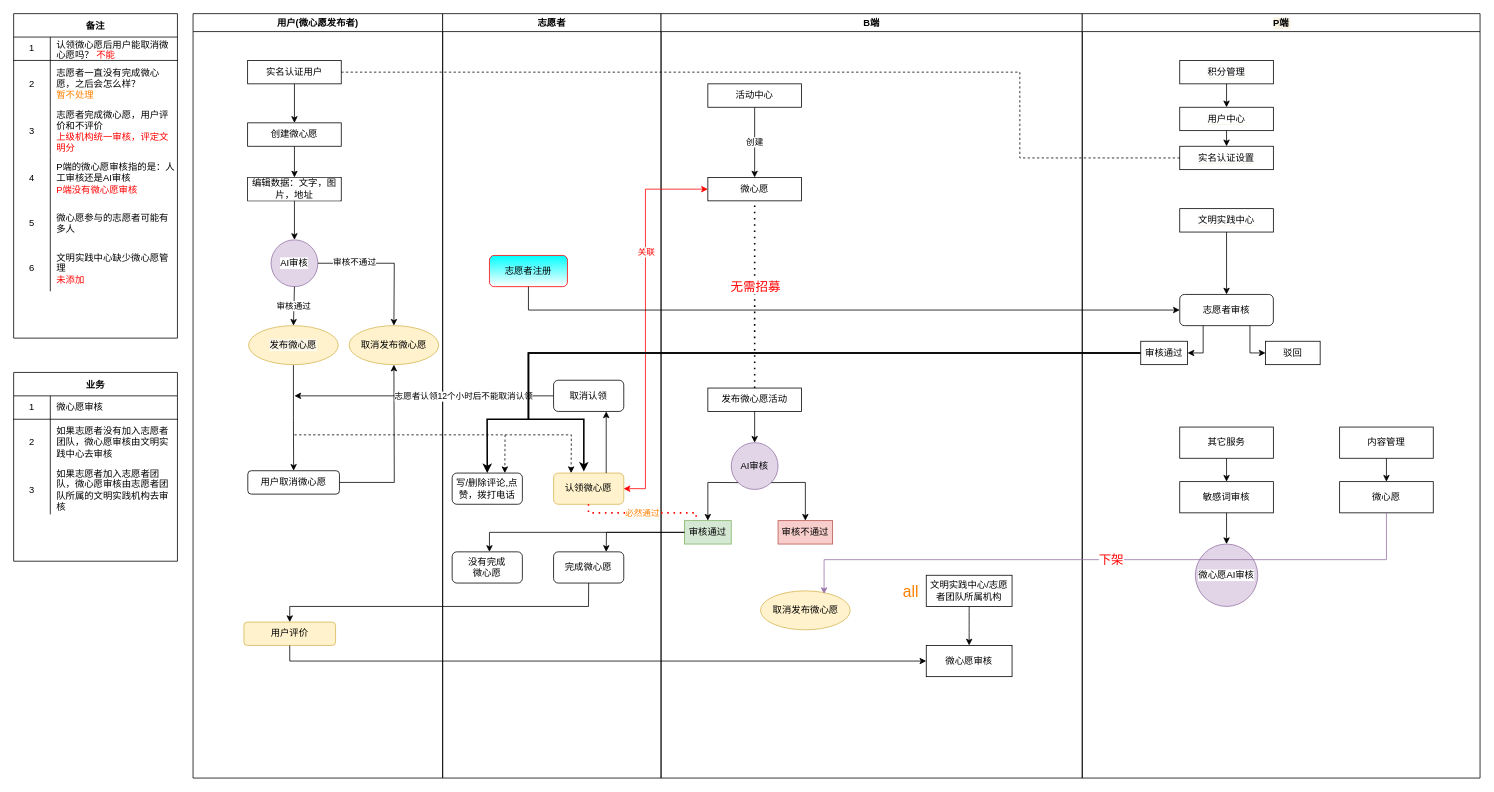
Before: 微心愿改版.drawio in KZ137onethe/hello-world, a draw.io diagram. Source tidied: cells renumbered, new cells numbered last; positions are measured from the earlier drawing's top-left corner, leaving out a move shared by most shapes. Both pictures are drawn from the tidied source at 78%, with x=0, y=0 at pixel (13, 13).
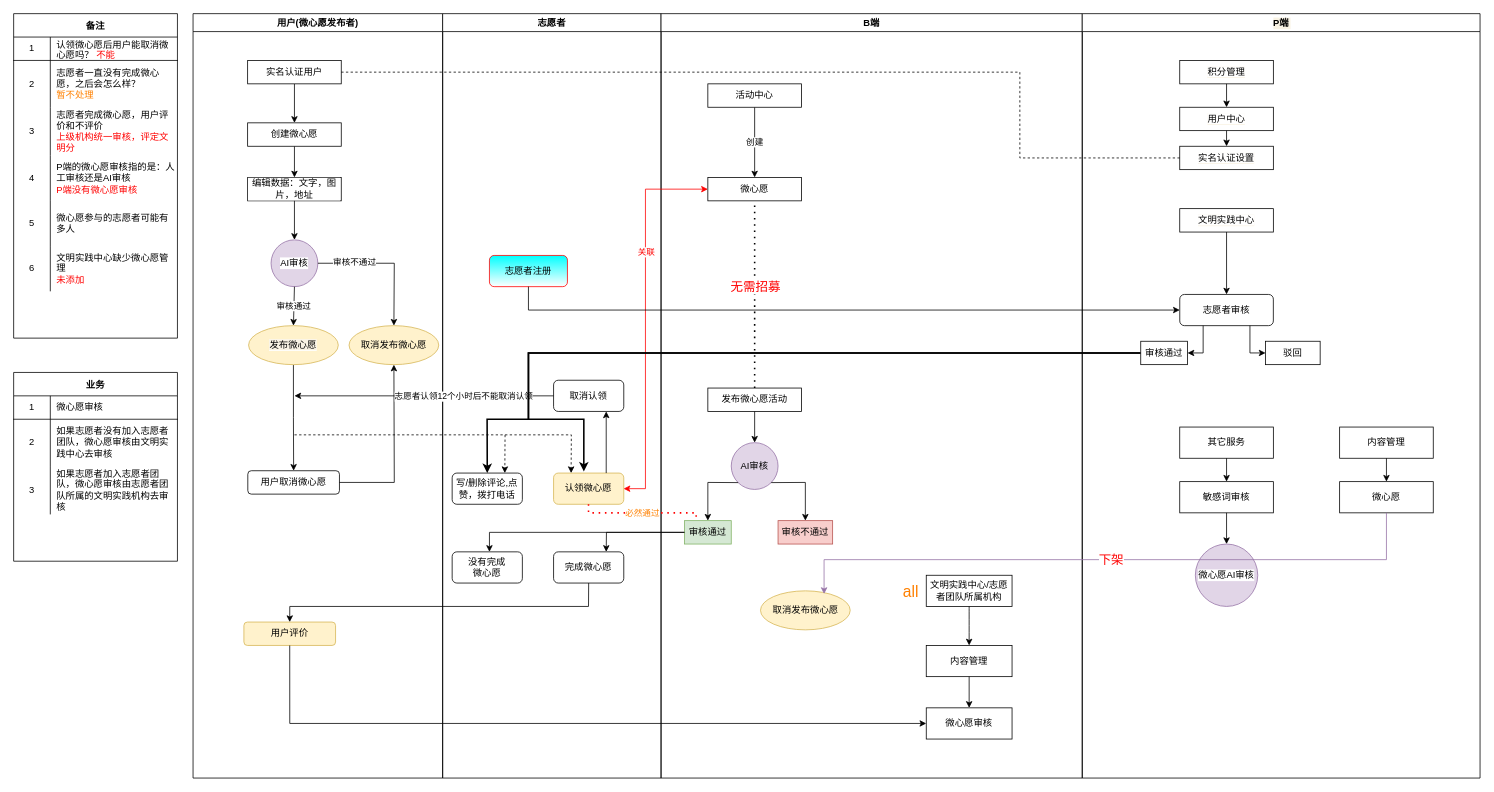
After the change.

Commit message:
更新微心愿改版.drawio

Unchanged cells that the change refers to:
```xml
<mxCell id="15" value="用户评价" style="rounded=1;whiteSpace=wrap;html=1;strokeWidth=1;verticalAlign=middle;fillColor=#fff2cc;strokeColor=#d6b656;" parent="2" vertex="1">
  <mxGeometry x="65.2" y="780" width="117.5" height="30" as="geometry" />
</mxCell>
<mxCell id="25" value="B端" style="swimlane;fillColor=default;strokeColor=default;fontColor=default;" parent="1" vertex="1">
  <mxGeometry x="830" width="540" height="980" as="geometry" />
</mxCell>
```

What changed in the source:
```diff
@@
-    <mxCell id="39" value="微心愿审核" style="rounded=0;whiteSpace=wrap;html=1;" parent="25" vertex="1">
+    <mxCell id="39" value="内容管理" style="rounded=0;whiteSpace=wrap;html=1;" parent="25" vertex="1">
       <mxGeometry x="340" y="810" width="110" height="40" as="geometry" />
     </mxCell>
@@
+    <mxCell id="111" value="微心愿审核" style="rounded=0;whiteSpace=wrap;html=1;" parent="25" vertex="1">
+      <mxGeometry x="340" y="890" width="110" height="40" as="geometry" />
+    </mxCell>
+    <mxCell id="112" style="endArrow=classic;html=1;rounded=0;exitX=0.5;exitY=1;exitDx=0;exitDy=0;" parent="25" edge="1" source="39" target="111">
+      <mxGeometry relative="1" as="geometry" />
+    </mxCell>
@@
-    <mxCell id="70" style="endArrow=classic;html=1;rounded=0;fontSize=11;fontColor=#FF8000;exitX=0.5;exitY=1;exitDx=0;exitDy=0;entryX=0;entryY=0.5;entryDx=0;entryDy=0;" parent="1" edge="1" source="15" target="39">
+    <mxCell id="70" style="endArrow=classic;html=1;rounded=0;fontSize=11;fontColor=#FF8000;exitX=0.5;exitY=1;exitDx=0;exitDy=0;entryX=0;entryY=0.5;entryDx=0;entryDy=0;" parent="1" edge="1" source="15" target="111">
       <mxGeometry relative="1" as="geometry">
         <Array as="points">
-          <mxPoint x="354" y="830" />
+          <mxPoint x="354" y="910" />
         </Array>
       </mxGeometry>
     </mxCell>
```
